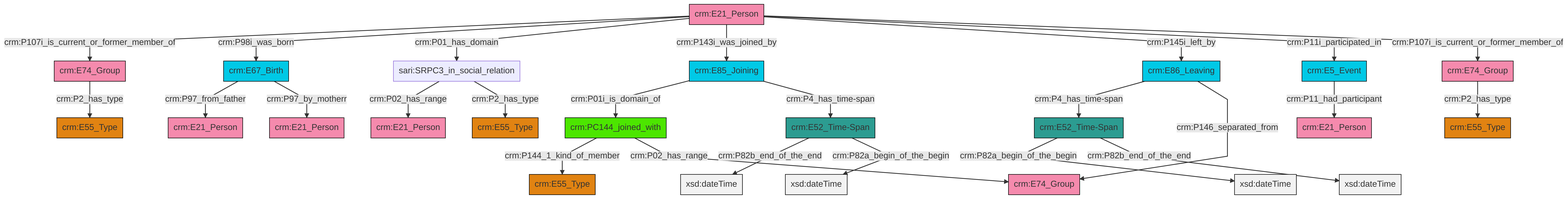
Before: et/personCSV/ttl/mmd/png/Person_Actor_Relations.png, a diagram exported from Mermaid (swiss-art-research-net/reference-data-models). Its source is kept beside it as et/personCSV/ttl/mmd/Person_Actor_Relations.ttl.mmd.
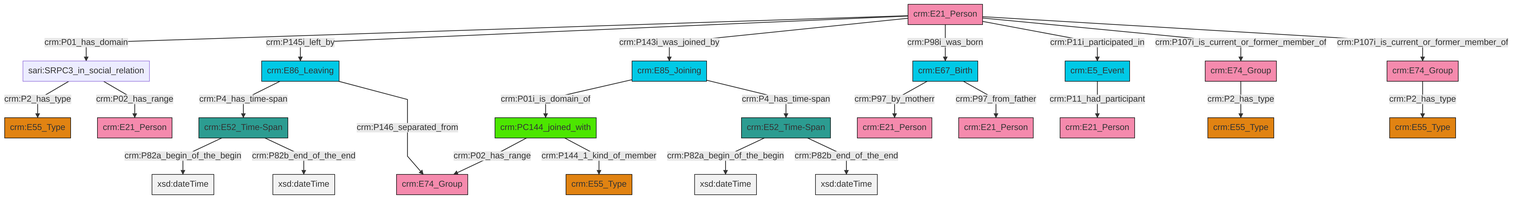
After the commit.

Diff of the diagram source:
```diff
@@ -13,27 +13,27 @@
 classDef PC_Classes fill:#4ce600, stroke:#000000;
 classDef Multi fill:#cccccc,stroke:#000000;
 
-0["crm:E21_Person"]:::Actor -->|crm:P107i_is_current_or_former_member_of| 1["crm:E74_Group"]:::Actor
-2["crm:E52_Time-Span"]:::Time-Span -->|crm:P82b_end_of_the_end| 3[xsd:dateTime]:::Literal
-8["crm:E67_Birth"]:::Temporal_Entity -->|crm:P97_from_father| 9["crm:E21_Person"]:::Actor
-0["crm:E21_Person"]:::Actor -->|crm:P98i_was_born| 8["crm:E67_Birth"]:::Temporal_Entity
-2["crm:E52_Time-Span"]:::Time-Span -->|crm:P82a_begin_of_the_begin| 18[xsd:dateTime]:::Literal
-20["crm:E85_Joining"]:::Temporal_Entity -->|crm:P01i_is_domain_of| 21["crm:PC144_joined_with"]:::PC_Classes
-21["crm:PC144_joined_with"]:::PC_Classes -->|crm:P144_1_kind_of_member| 4["crm:E55_Type"]:::Type
-1["crm:E74_Group"]:::Actor -->|crm:P2_has_type| 27["crm:E55_Type"]:::Type
-20["crm:E85_Joining"]:::Temporal_Entity -->|crm:P4_has_time-span| 2["crm:E52_Time-Span"]:::Time-Span
-24["sari:SRPC3_in_social_relation"]:::Default -->|crm:P02_has_range| 12["crm:E21_Person"]:::Actor
-0["crm:E21_Person"]:::Actor -->|crm:P01_has_domain| 24["sari:SRPC3_in_social_relation"]:::Default
-0["crm:E21_Person"]:::Actor -->|crm:P143i_was_joined_by| 20["crm:E85_Joining"]:::Temporal_Entity
-14["crm:E52_Time-Span"]:::Time-Span -->|crm:P82a_begin_of_the_begin| 30[xsd:dateTime]:::Literal
-6["crm:E86_Leaving"]:::Temporal_Entity -->|crm:P4_has_time-span| 14["crm:E52_Time-Span"]:::Time-Span
-14["crm:E52_Time-Span"]:::Time-Span -->|crm:P82b_end_of_the_end| 33[xsd:dateTime]:::Literal
-24["sari:SRPC3_in_social_relation"]:::Default -->|crm:P2_has_type| 10["crm:E55_Type"]:::Type
-8["crm:E67_Birth"]:::Temporal_Entity -->|crm:P97_by_motherr| 34["crm:E21_Person"]:::Actor
-40["crm:E74_Group"]:::Actor -->|crm:P2_has_type| 16["crm:E55_Type"]:::Type
-6["crm:E86_Leaving"]:::Temporal_Entity -->|crm:P146_separated_from| 41["crm:E74_Group"]:::Actor
-21["crm:PC144_joined_with"]:::PC_Classes -->|crm:P02_has_range| 41["crm:E74_Group"]:::Actor
-0["crm:E21_Person"]:::Actor -->|crm:P145i_left_by| 6["crm:E86_Leaving"]:::Temporal_Entity
-44["crm:E5_Event"]:::Temporal_Entity -->|crm:P11_had_participant| 37["crm:E21_Person"]:::Actor
-0["crm:E21_Person"]:::Actor -->|crm:P11i_participated_in| 44["crm:E5_Event"]:::Temporal_Entity
-0["crm:E21_Person"]:::Actor -->|crm:P107i_is_current_or_former_member_of| 40["crm:E74_Group"]:::Actor
+0["crm:PC144_joined_with"]:::PC_Classes -->|crm:P02_has_range| 1["crm:E74_Group"]:::Actor
+6["crm:E86_Leaving"]:::Temporal_Entity -->|crm:P4_has_time-span| 7["crm:E52_Time-Span"]:::Time-Span
+6["crm:E86_Leaving"]:::Temporal_Entity -->|crm:P146_separated_from| 1["crm:E74_Group"]:::Actor
+10["crm:E67_Birth"]:::Temporal_Entity -->|crm:P97_by_motherr| 11["crm:E21_Person"]:::Actor
+12["crm:E21_Person"]:::Actor -->|crm:P01_has_domain| 13["sari:SRPC3_in_social_relation"]:::Default
+14["crm:E74_Group"]:::Actor -->|crm:P2_has_type| 15["crm:E55_Type"]:::Type
+7["crm:E52_Time-Span"]:::Time-Span -->|crm:P82a_begin_of_the_begin| 16[xsd:dateTime]:::Literal
+10["crm:E67_Birth"]:::Temporal_Entity -->|crm:P97_from_father| 18["crm:E21_Person"]:::Actor
+22["crm:E85_Joining"]:::Temporal_Entity -->|crm:P01i_is_domain_of| 0["crm:PC144_joined_with"]:::PC_Classes
+7["crm:E52_Time-Span"]:::Time-Span -->|crm:P82b_end_of_the_end| 26[xsd:dateTime]:::Literal
+13["sari:SRPC3_in_social_relation"]:::Default -->|crm:P2_has_type| 29["crm:E55_Type"]:::Type
+27["crm:E52_Time-Span"]:::Time-Span -->|crm:P82a_begin_of_the_begin| 31[xsd:dateTime]:::Literal
+12["crm:E21_Person"]:::Actor -->|crm:P145i_left_by| 6["crm:E86_Leaving"]:::Temporal_Entity
+12["crm:E21_Person"]:::Actor -->|crm:P143i_was_joined_by| 22["crm:E85_Joining"]:::Temporal_Entity
+27["crm:E52_Time-Span"]:::Time-Span -->|crm:P82b_end_of_the_end| 37[xsd:dateTime]:::Literal
+12["crm:E21_Person"]:::Actor -->|crm:P98i_was_born| 10["crm:E67_Birth"]:::Temporal_Entity
+0["crm:PC144_joined_with"]:::PC_Classes -->|crm:P144_1_kind_of_member| 40["crm:E55_Type"]:::Type
+12["crm:E21_Person"]:::Actor -->|crm:P11i_participated_in| 19["crm:E5_Event"]:::Temporal_Entity
+22["crm:E85_Joining"]:::Temporal_Entity -->|crm:P4_has_time-span| 27["crm:E52_Time-Span"]:::Time-Span
+8["crm:E74_Group"]:::Actor -->|crm:P2_has_type| 2["crm:E55_Type"]:::Type
+19["crm:E5_Event"]:::Temporal_Entity -->|crm:P11_had_participant| 24["crm:E21_Person"]:::Actor
+12["crm:E21_Person"]:::Actor -->|crm:P107i_is_current_or_former_member_of| 14["crm:E74_Group"]:::Actor
+13["sari:SRPC3_in_social_relation"]:::Default -->|crm:P02_has_range| 4["crm:E21_Person"]:::Actor
+12["crm:E21_Person"]:::Actor -->|crm:P107i_is_current_or_former_member_of| 8["crm:E74_Group"]:::Actor
```
